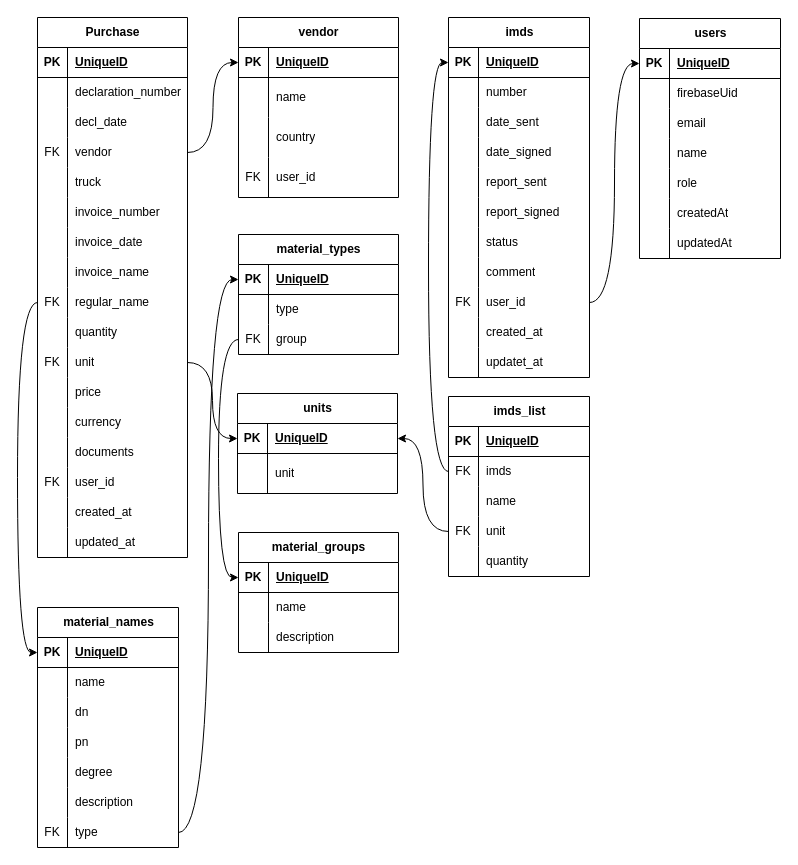
The draw.io diagram diagrams/awa.drawio in gogicha007/project_AWA, before the edit. Source tidied: cells renumbered, new cells numbered last; positions are measured from the earlier drawing's top-left corner, leaving out a move shared by most shapes. Both pictures are drawn from the tidied source at 100%, with x=0, y=0 at pixel (37, 17).
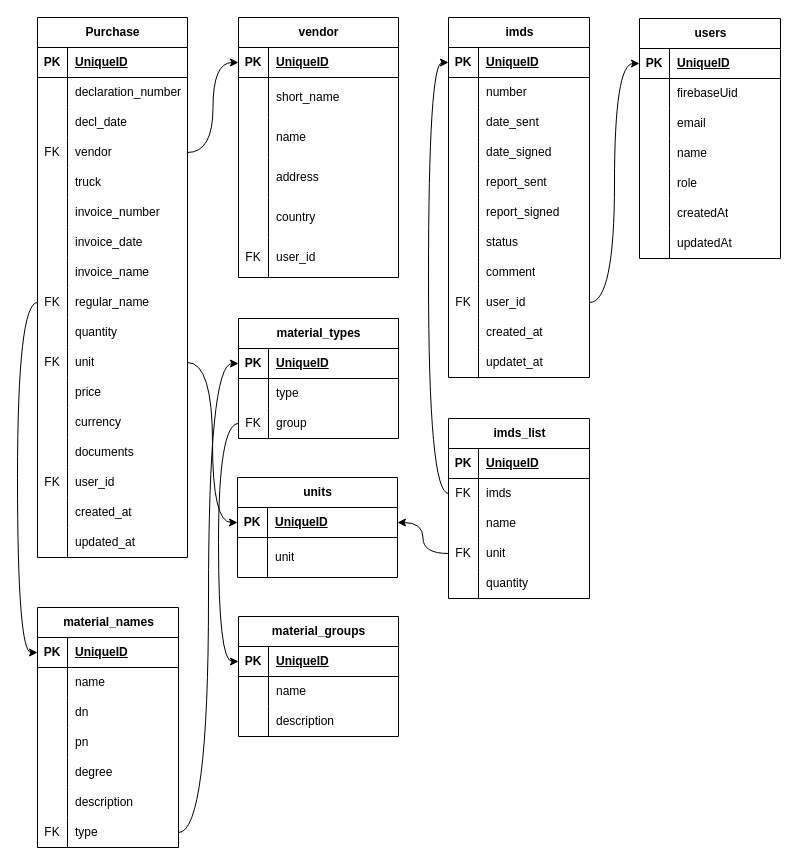
After the change.

Unchanged cells that the change refers to:
```xml
<mxCell id="58" style="shape=tableRow;horizontal=0;startSize=0;swimlaneHead=0;swimlaneBody=0;fillColor=none;top=0;left=0;right=0;bottom=0;" parent="54" vertex="1">
  <mxGeometry y="60" width="160" height="40" as="geometry" />
</mxCell>
```

The edit, as a diff of the source:
```diff
@@
     <mxCell id="54" value="vendor" style="shape=table;startSize=30;childLayout=tableLayout;rowLines=0;fontStyle=1;align=center;html=1;" parent="1" vertex="1">
-      <mxGeometry x="201" width="160" height="180" as="geometry" />
+      <mxGeometry x="201" width="160" height="260" as="geometry" />
     </mxCell>
@@
-    <mxCell id="60" value="name" style="shape=partialRectangle;fillColor=none;top=0;left=0;bottom=0;right=0;align=left;spacingLeft=6;overflow=hidden;whiteSpace=wrap;html=1;" parent="58" vertex="1">
+    <mxCell id="60" value="short_name" style="shape=partialRectangle;fillColor=none;top=0;left=0;bottom=0;right=0;align=left;spacingLeft=6;overflow=hidden;whiteSpace=wrap;html=1;" parent="58" vertex="1">
       <mxGeometry x="30" width="130" height="40" as="geometry" />
     </mxCell>
+    <mxCell id="196" style="shape=tableRow;horizontal=0;startSize=0;swimlaneHead=0;swimlaneBody=0;fillColor=none;top=0;left=0;right=0;bottom=0;" parent="54" vertex="1">
+      <mxGeometry y="100" width="160" height="40" as="geometry" />
+    </mxCell>
+    <mxCell id="197" style="shape=partialRectangle;fillColor=none;top=0;left=0;bottom=0;right=0;overflow=hidden;whiteSpace=wrap;html=1;" parent="196" vertex="1">
+      <mxGeometry width="30" height="40" as="geometry" />
+    </mxCell>
+    <mxCell id="198" value="name" style="shape=partialRectangle;fillColor=none;top=0;left=0;bottom=0;right=0;align=left;spacingLeft=6;overflow=hidden;whiteSpace=wrap;html=1;" parent="196" vertex="1">
+      <mxGeometry x="30" width="130" height="40" as="geometry" />
+    </mxCell>
+    <mxCell id="199" style="shape=tableRow;horizontal=0;startSize=0;swimlaneHead=0;swimlaneBody=0;fillColor=none;top=0;left=0;right=0;bottom=0;" parent="54" vertex="1">
+      <mxGeometry y="140" width="160" height="40" as="geometry" />
+    </mxCell>
+    <mxCell id="200" style="shape=partialRectangle;fillColor=none;top=0;left=0;bottom=0;right=0;overflow=hidden;whiteSpace=wrap;html=1;" parent="199" vertex="1">
+      <mxGeometry width="30" height="40" as="geometry" />
+    </mxCell>
+    <mxCell id="201" value="address" style="shape=partialRectangle;fillColor=none;top=0;left=0;bottom=0;right=0;align=left;spacingLeft=6;overflow=hidden;whiteSpace=wrap;html=1;" parent="199" vertex="1">
+      <mxGeometry x="30" width="130" height="40" as="geometry" />
+    </mxCell>
     <mxCell id="61" style="shape=tableRow;horizontal=0;startSize=0;swimlaneHead=0;swimlaneBody=0;fillColor=none;top=0;left=0;right=0;bottom=0;" parent="54" vertex="1">
-      <mxGeometry y="100" width="160" height="40" as="geometry" />
+      <mxGeometry y="180" width="160" height="40" as="geometry" />
     </mxCell>
@@
     <mxCell id="64" style="shape=tableRow;horizontal=0;startSize=0;swimlaneHead=0;swimlaneBody=0;fillColor=none;top=0;left=0;right=0;bottom=0;" parent="54" vertex="1">
-      <mxGeometry y="140" width="160" height="40" as="geometry" />
+      <mxGeometry y="220" width="160" height="40" as="geometry" />
     </mxCell>
@@
     <mxCell id="102" value="imds_list" style="shape=table;startSize=30;childLayout=tableLayout;rowLines=0;fontStyle=1;align=center;html=1;" parent="1" vertex="1">
-      <mxGeometry x="411" y="379" width="141" height="180" as="geometry" />
+      <mxGeometry x="411" y="401" width="141" height="180" as="geometry" />
     </mxCell>
@@
     <mxCell id="118" value="units" style="shape=table;startSize=30;childLayout=tableLayout;rowLines=0;fontStyle=1;align=center;html=1;" parent="1" vertex="1">
-      <mxGeometry x="200" y="376" width="160" height="100" as="geometry" />
+      <mxGeometry x="200" y="460" width="160" height="100" as="geometry" />
     </mxCell>
@@
     <mxCell id="126" value="material_types" style="shape=table;startSize=30;childLayout=tableLayout;rowLines=0;fontStyle=1;align=center;html=1;" parent="1" vertex="1">
-      <mxGeometry x="201" y="217" width="160" height="120" as="geometry" />
+      <mxGeometry x="201" y="301" width="160" height="120" as="geometry" />
     </mxCell>
@@
     <mxCell id="158" value="material_groups" style="shape=table;startSize=30;childLayout=tableLayout;rowLines=0;fontStyle=1;align=center;html=1;" parent="1" vertex="1">
-      <mxGeometry x="201" y="515" width="160" height="120" as="geometry" />
+      <mxGeometry x="201" y="599" width="160" height="120" as="geometry" />
     </mxCell>
```
